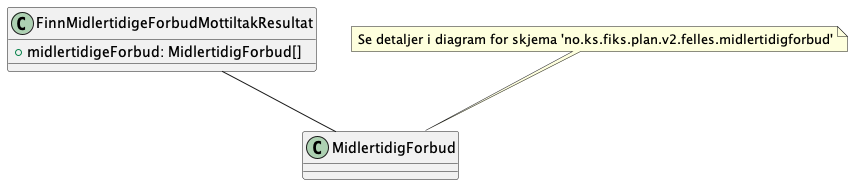
ks-no/fiks-plan-specification keeps this PlantUML diagram as Dokumentasjon/V2/ClassDiagrams/no.ks.fiks.plan.v2.innsyn.midlertidigeforbudmottiltak.finn.resultat/midlertidigeforbudmottiltak-finn-resultat.png. Above is the earlier version.
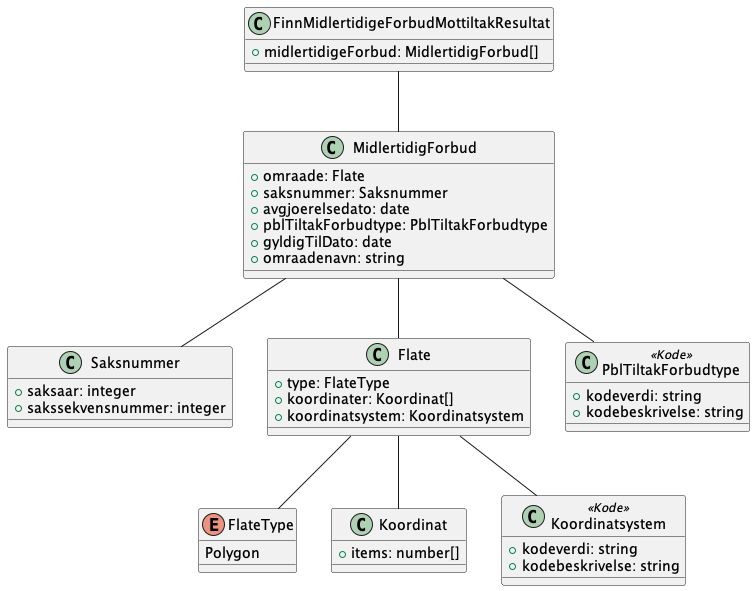
Above is the later version.

Diff of the diagram source:
```diff
@@ -1,4 +1,5 @@
 @startuml
+!include ./../no.ks.fiks.plan.v2.felles.midlertidigforbud/midlertidigforbud.pu
 
 class FinnMidlertidigeForbudMottiltakResultat {
     +midlertidigeForbud: MidlertidigForbud[]
@@ -6,7 +7,4 @@
 
 FinnMidlertidigeForbudMottiltakResultat -- MidlertidigForbud
 
-note top of MidlertidigForbud : Se detaljer i diagram for skjema 'no.ks.fiks.plan.v2.felles.midlertidigforbud'
-
-
 @enduml
```
